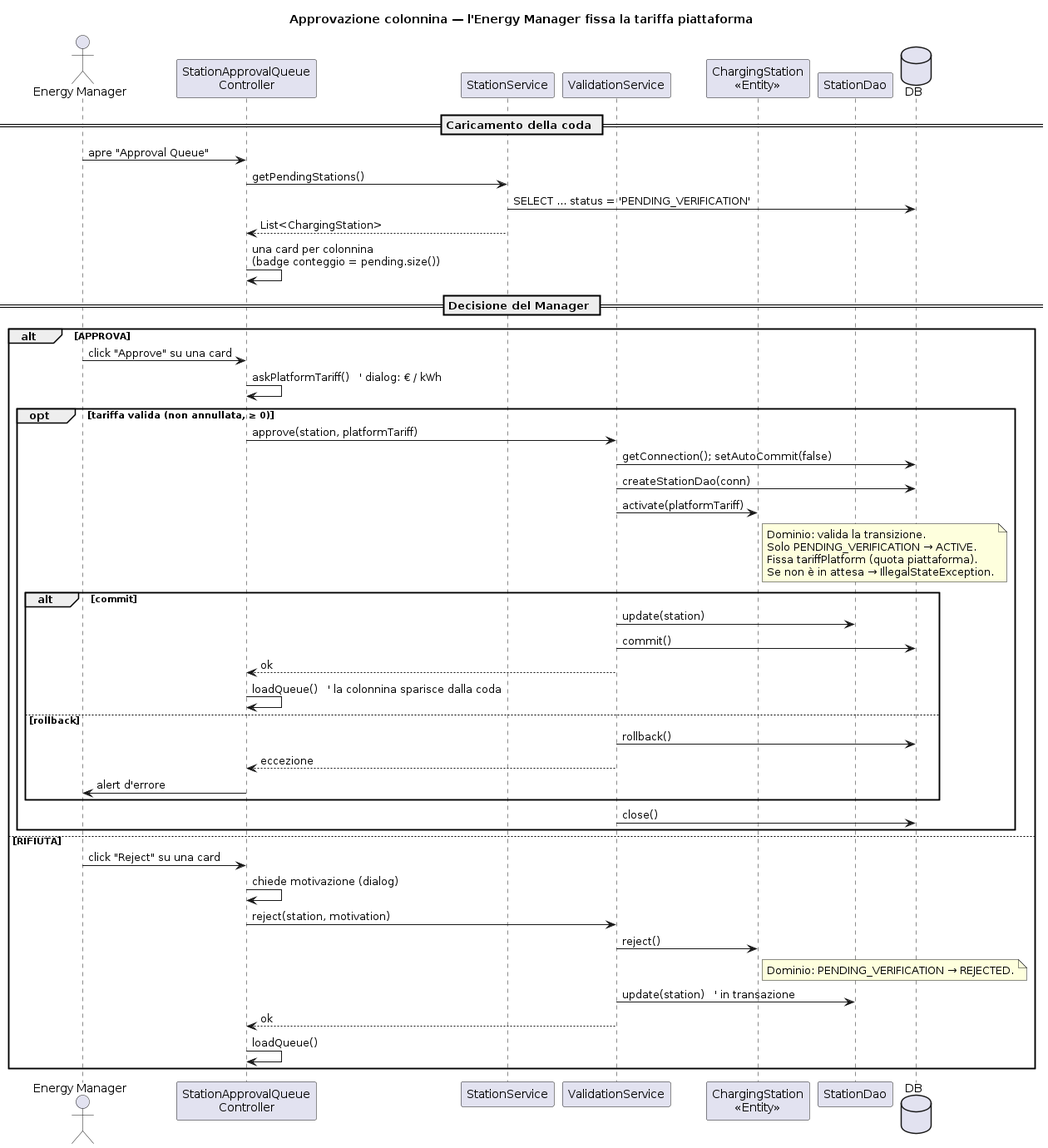
Before: Relazione_SWE/images/Station_Approval.png, a diagram exported from PlantUML (TommasoSottili/ChargeNet).
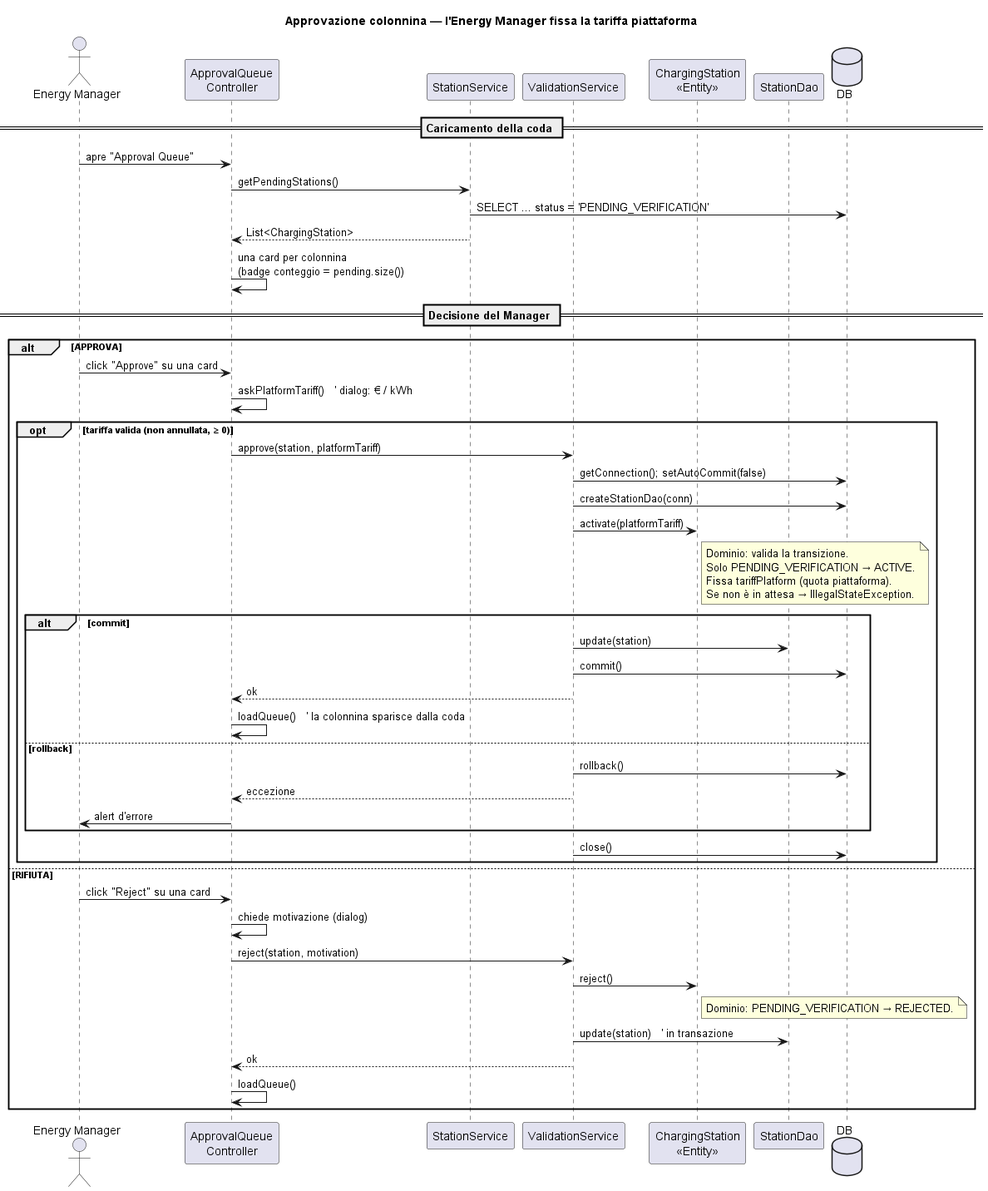
The same file after the commit.

The edit, as a diff of the source:
```diff
@@ -2,7 +2,7 @@
 title Approvazione colonnina — l'Energy Manager fissa la tariffa piattaforma
 
 actor "Energy Manager" as MGR
-participant "StationApprovalQueue\nController" as C
+participant "ApprovalQueue\nController" as C
 participant "StationService" as STS
 participant "ValidationService" as VS
 participant "ChargingStation\n«Entity»" as STA
```
